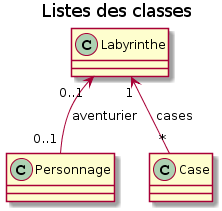
The PlantUML diagram documents/version_1/Diagramme_Classe_Elementaire.png in pa1007/Zeldiablo, before a commit. The source it was exported from:
```plantuml
@startuml
title Listes des classes

class Personnage{

}

class Labyrinthe{

}

class Case{

}


Labyrinthe "1" <-- "*" Case : cases

Labyrinthe "0..1" <-- "0..1" Personnage : aventurier
@enduml
```
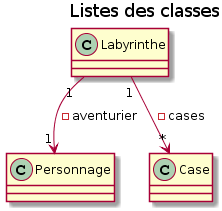
Later version of the same file.

Commit message:
Correction d'une erreur

The edit, as a diff of the source:
```diff
@@ -2,6 +2,7 @@
 title Listes des classes
 
 class Personnage{
+
 
 }
 
@@ -14,7 +15,13 @@
 }
 
 
-Labyrinthe "1" <-- "*" Case : cases
+class Place{
 
-Labyrinthe "0..1" <-- "0..1" Personnage : aventurier
+}
+
+Labyrinthe "1" --> "*" Case : - cases
+
+
+
+Labyrinthe "1" --> "1" Personnage : - aventurier
 @enduml
```
